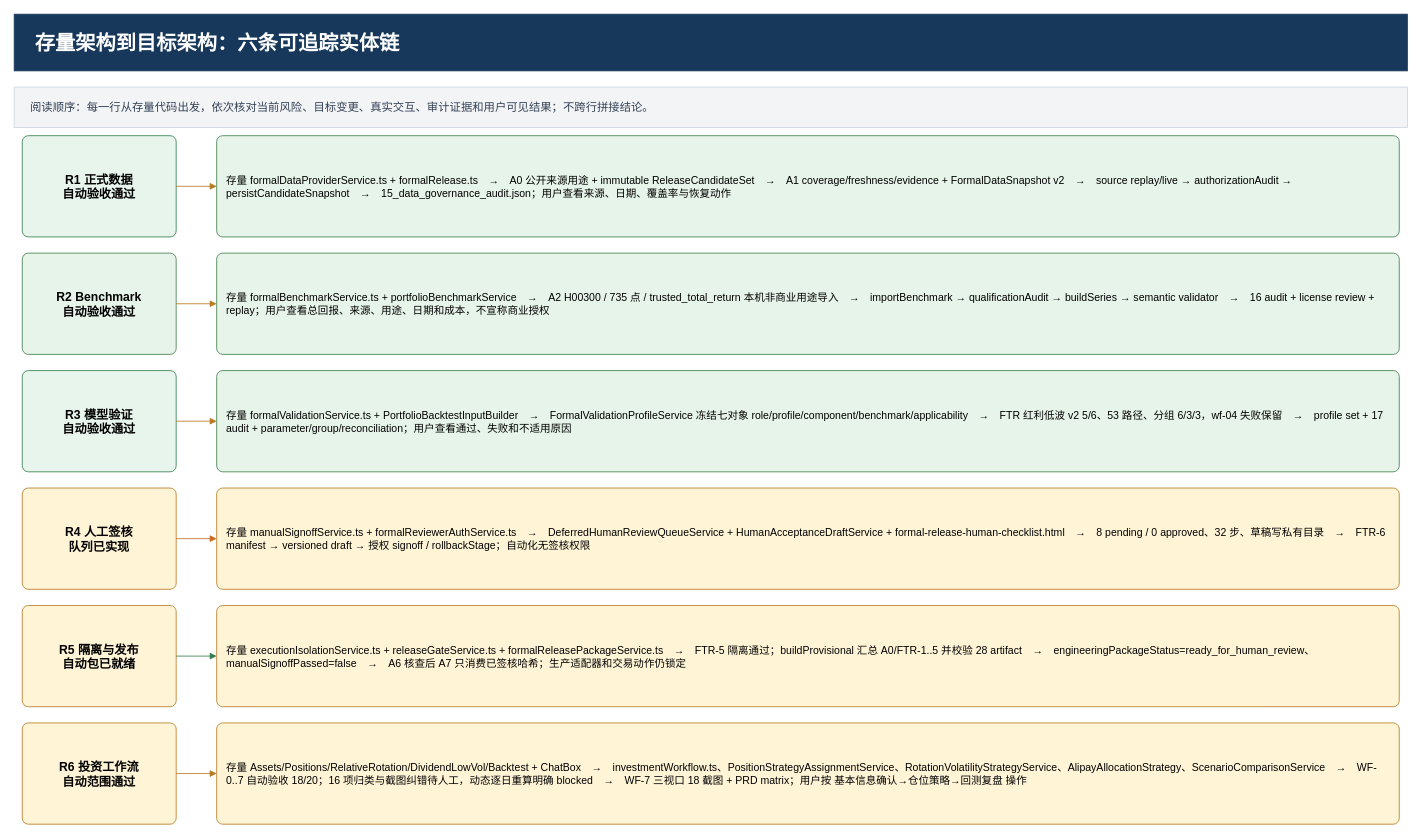
The draw.io diagram page "2 存量到目标强关联映射" (2 of 8) of docs/target-architecture-gap.drawio in ljx418/FAMS, before the edit. Source tidied: cells renumbered, new cells numbered last; positions are measured from the earlier drawing's top-left corner, leaving out a move shared by most shapes. Both pictures are drawn from the tidied source at 81%, with x=0, y=0 at pixel (14, 14).
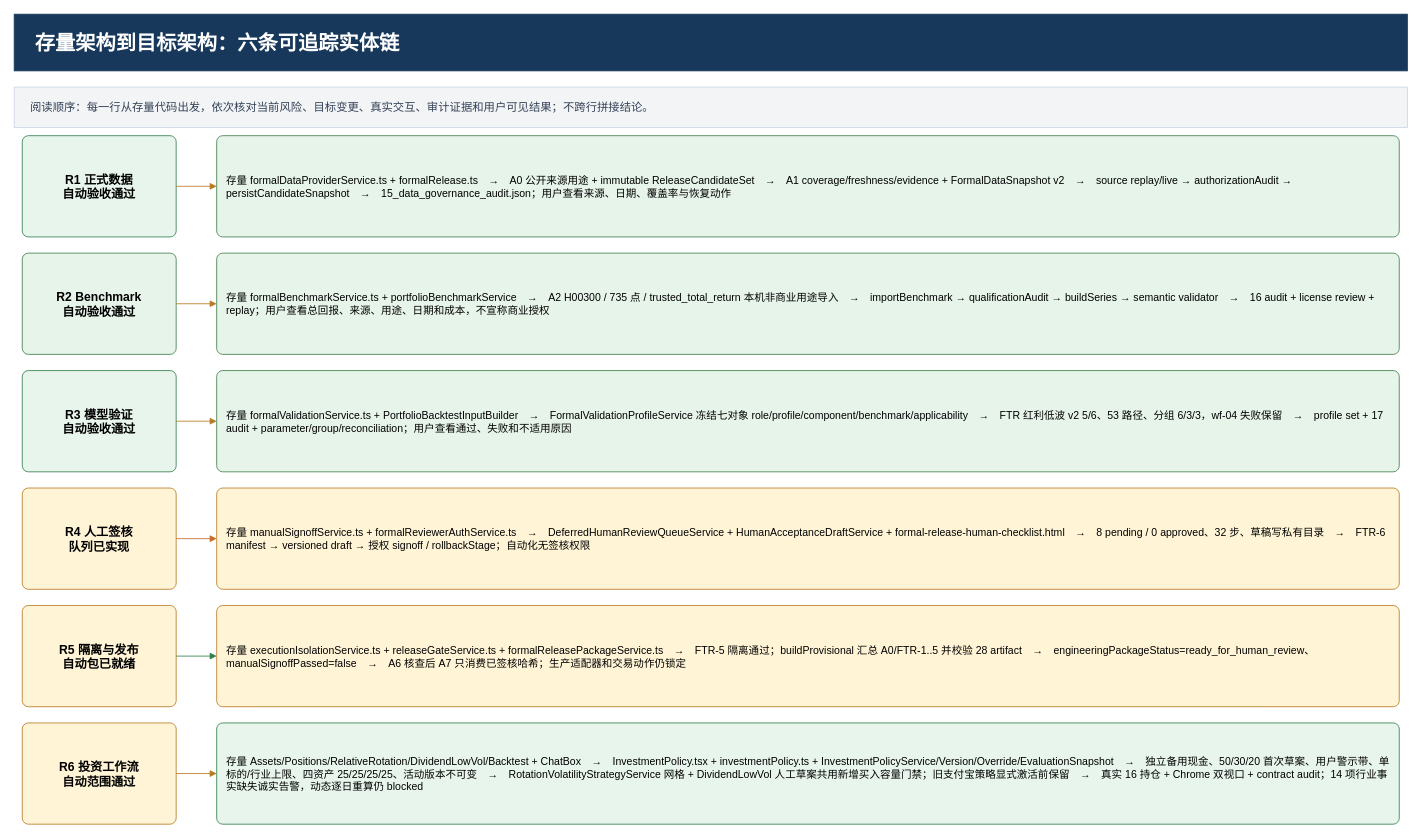
The same page after the edit.

The edit, as a diff of the source:
```diff
@@
-    <mxCell id="15" value="存量 Assets/Positions/RelativeRotation/DividendLowVol/Backtest + ChatBox　→　investmentWorkflow.ts、PositionStrategyAssignmentService、RotationVolatilityStrategyService、AlipayAllocationStrategy、ScenarioComparisonService　→　WF-0..7 自动验收 18/20；16 项归类与截图纠错待人工，动态逐日重算明确 blocked　→　WF-7 三视口 18 截图 + PRD matrix；用户按 基本信息确认→仓位策略→回测复盘 操作" style="rounded=1;arcSize=6;whiteSpace=wrap;html=1;fontFamily=Microsoft YaHei;fontSize=13;align=left;verticalAlign=middle;fillColor=#fff4d6;strokeColor=#b7791f;spacing=12;" parent="1" vertex="1">
+    <mxCell id="15" value="存量 Assets/Positions/RelativeRotation/DividendLowVol/Backtest + ChatBox　→　InvestmentPolicy.tsx + investmentPolicy.ts + InvestmentPolicyService/Version/Override/EvaluationSnapshot　→　独立备用现金、50/30/20 首次草案、用户警示带、单标的/行业上限、四资产 25/25/25/25、活动版本不可变　→　RotationVolatilityStrategyService 网格 + DividendLowVol 人工草案共用新增买入容量门禁；旧支付宝策略显式激活前保留　→　真实 16 持仓 + Chrome 双视口 + contract audit；14 项行业事实缺失诚实告警，动态逐日重算仍 blocked" style="rounded=1;arcSize=6;whiteSpace=wrap;html=1;fontFamily=Microsoft YaHei;fontSize=13;align=left;verticalAlign=middle;fillColor=#e8f5ec;strokeColor=#2f7d4a;spacing=12;" parent="1" vertex="1">
       <mxGeometry x="250" y="875" width="1460" height="125" as="geometry" />
     </mxCell>
```
